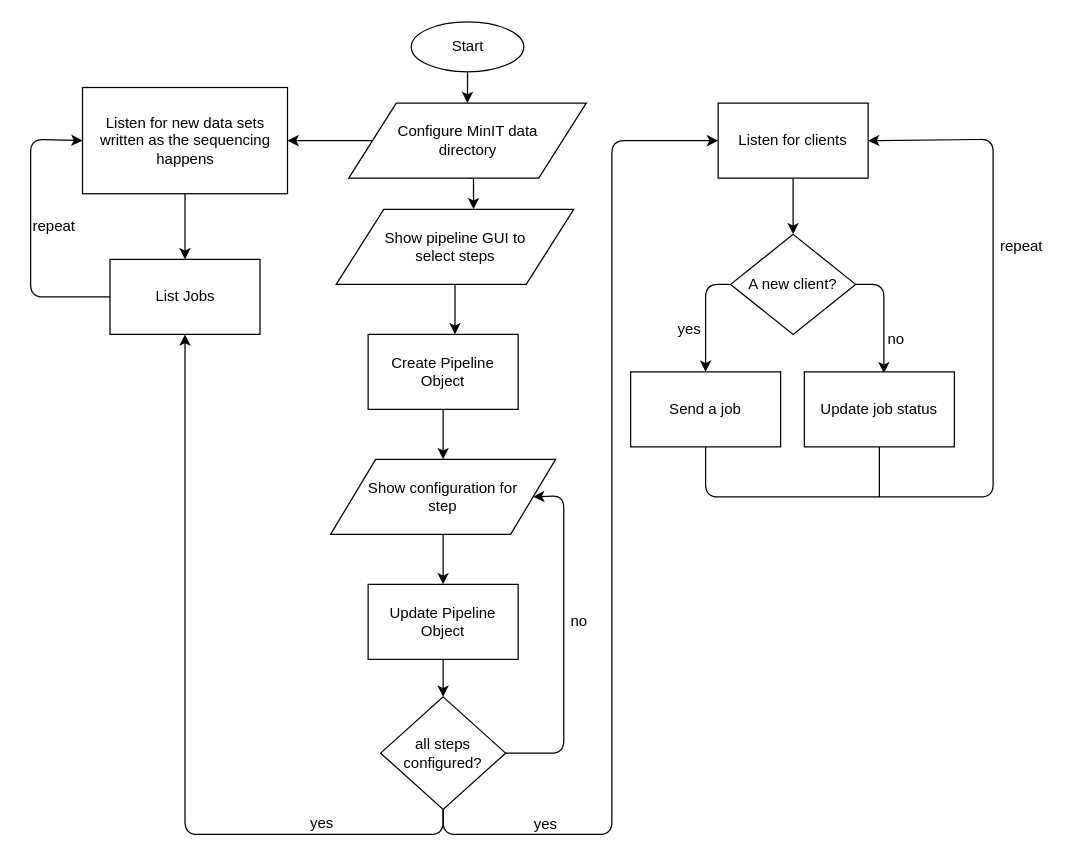
Before: page "simplified_f5n_server_flow_chart" (5 of 6) of server_mobile_connection.drawio in SanojPunchihewa/f5n, a draw.io diagram. Source tidied: cells renumbered, new cells numbered last; positions are measured from the earlier drawing's top-left corner, leaving out a move shared by most shapes. Both pictures are drawn from the tidied source at 125%, with x=0, y=0 at pixel (30, 21).
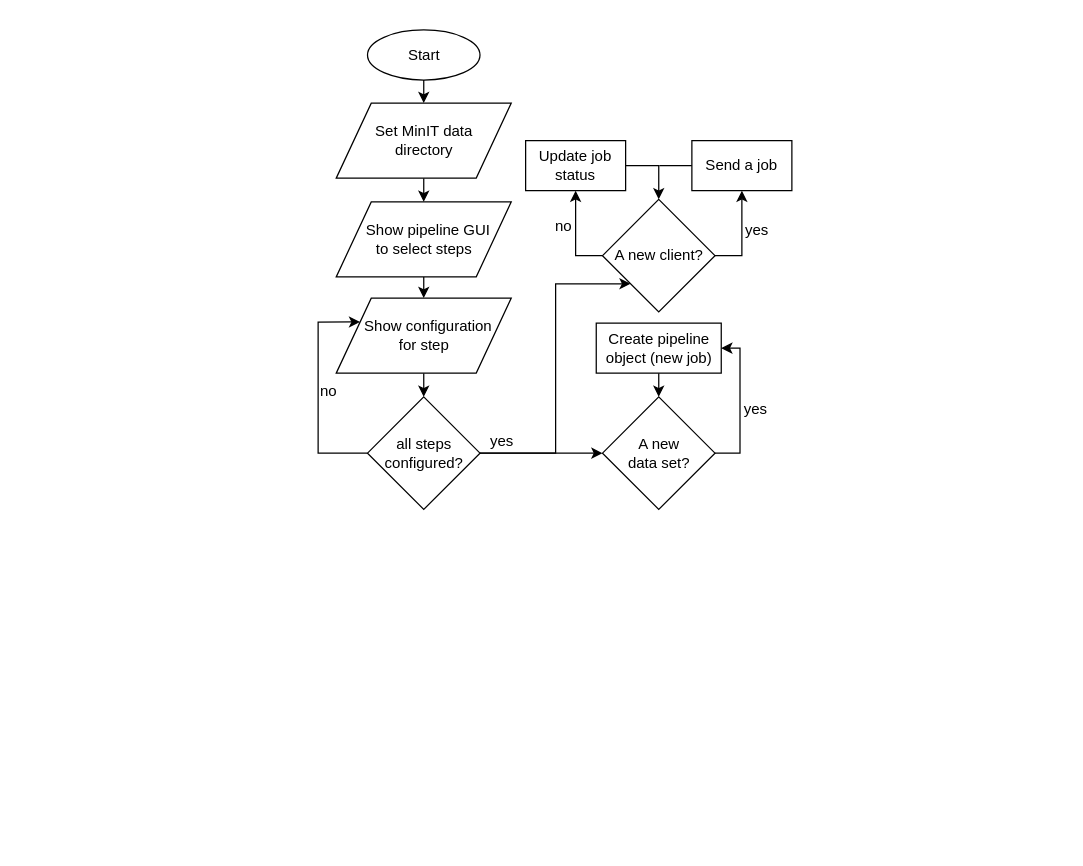
Above is the later version.

Commit message:
f5n-server_flow chart updated

Change to the diagram source:
```diff
@@
-    <mxCell id="2" style="edgeStyle=orthogonalEdgeStyle;rounded=0;jettySize=auto;html=1;exitX=0.5;exitY=1;exitDx=0;exitDy=0;" parent="1" edge="1" source="3" target="21">
+    <mxCell id="2" style="edgeStyle=orthogonalEdgeStyle;rounded=0;jettySize=auto;html=1;exitX=0.5;exitY=1;exitDx=0;exitDy=0;entryX=0.5;entryY=0;entryDx=0;entryDy=0;" parent="1" edge="1" source="3" target="21">
       <mxGeometry relative="1" as="geometry" />
     </mxCell>
     <mxCell id="3" value="Start" style="ellipse;whiteSpace=wrap;html=1;" parent="1" vertex="1">
-      <mxGeometry x="304.5" width="90" height="40" as="geometry" />
+      <mxGeometry x="269.5" y="6.5" width="90" height="40" as="geometry" />
     </mxCell>
-    <mxCell id="4" style="edgeStyle=orthogonalEdgeStyle;rounded=0;jettySize=auto;html=1;exitX=0.5;exitY=1;exitDx=0;exitDy=0;entryX=0.579;entryY=0;entryDx=0;entryDy=0;entryPerimeter=0;" parent="1" edge="1" source="5" target="6">
-      <mxGeometry relative="1" as="geometry" />
-    </mxCell>
+    <mxCell id="39" style="edgeStyle=orthogonalEdgeStyle;rounded=0;jettySize=auto;html=1;exitX=0.5;exitY=1;exitDx=0;exitDy=0;entryX=0.5;entryY=0;entryDx=0;entryDy=0;" parent="1" edge="1" source="5" target="7">
+      <mxGeometry relative="1" as="geometry" />
+    </mxCell>
-    <mxCell id="5" value="Show pipeline GUI to&lt;br&gt;select steps" style="shape=parallelogram;perimeter=parallelogramPerimeter;whiteSpace=wrap;html=1;" parent="1" vertex="1">
-      <mxGeometry x="244.5" y="150" width="190" height="60" as="geometry" />
+    <mxCell id="5" value="&amp;nbsp; Show pipeline GUI&lt;div&gt;to select steps&lt;/div&gt;" style="shape=parallelogram;perimeter=parallelogramPerimeter;whiteSpace=wrap;html=1;" parent="1" vertex="1">
+      <mxGeometry x="244.5" y="144" width="140" height="60" as="geometry" />
     </mxCell>
-    <mxCell id="6" value="Create Pipeline Object" style="rounded=0;whiteSpace=wrap;html=1;" parent="1" vertex="1">
-      <mxGeometry x="270" y="250" width="120" height="60" as="geometry" />
-    </mxCell>
+    <mxCell id="40" style="edgeStyle=orthogonalEdgeStyle;rounded=0;jettySize=auto;html=1;exitX=0.5;exitY=1;exitDx=0;exitDy=0;entryX=0.5;entryY=0;entryDx=0;entryDy=0;" parent="1" edge="1" source="7" target="14">
+      <mxGeometry relative="1" as="geometry" />
+    </mxCell>
-    <mxCell id="7" value="Show configuration for&lt;br&gt;step" style="shape=parallelogram;perimeter=parallelogramPerimeter;whiteSpace=wrap;html=1;" parent="1" vertex="1">
-      <mxGeometry x="240" y="350" width="180" height="60" as="geometry" />
+    <mxCell id="7" value="&amp;nbsp; Show configuration&lt;div&gt;for step&lt;/div&gt;" style="shape=parallelogram;perimeter=parallelogramPerimeter;whiteSpace=wrap;html=1;" parent="1" vertex="1">
+      <mxGeometry x="244.5" y="221" width="140" height="60" as="geometry" />
     </mxCell>
-    <mxCell id="8" value="Update Pipeline Object" style="rounded=0;whiteSpace=wrap;html=1;" parent="1" vertex="1">
-      <mxGeometry x="270" y="450" width="120" height="60" as="geometry" />
-    </mxCell>
-    <mxCell id="9" style="endArrow=classic;html=1;exitX=0.5;exitY=1;exitDx=0;exitDy=0;entryX=0.5;entryY=0;entryDx=0;entryDy=0;" parent="1" edge="1" source="6" target="7">
-      <mxGeometry relative="1" as="geometry" />
-    </mxCell>
-    <mxCell id="10" style="endArrow=classic;html=1;exitX=0.5;exitY=1;exitDx=0;exitDy=0;entryX=0.5;entryY=0;entryDx=0;entryDy=0;" parent="1" edge="1" source="7" target="8">
-      <mxGeometry relative="1" as="geometry" />
-    </mxCell>
-    <mxCell id="11" style="edgeStyle=orthogonalEdgeStyle;rounded=1;jettySize=auto;html=1;exitX=1;exitY=0.5;exitDx=0;exitDy=0;entryX=1;entryY=0.5;entryDx=0;entryDy=0;" parent="1" edge="1" source="14" target="7">
+    <mxCell id="11" style="edgeStyle=orthogonalEdgeStyle;rounded=0;jettySize=auto;html=1;exitX=0;exitY=0.5;exitDx=0;exitDy=0;entryX=0;entryY=0.25;entryDx=0;entryDy=0;" parent="1" edge="1" source="14" target="7">
       <mxGeometry relative="1" as="geometry">
         <Array as="points">
-          <mxPoint x="426.5" y="585" />
-          <mxPoint x="426.5" y="379" />
+          <mxPoint x="230" y="345" />
+          <mxPoint x="230" y="240" />
         </Array>
       </mxGeometry>
     </mxCell>
-    <mxCell id="12" style="edgeStyle=orthogonalEdgeStyle;jettySize=auto;html=1;exitX=0.5;exitY=1;exitDx=0;exitDy=0;rounded=1;" parent="1" edge="1" source="14" target="18">
-      <mxGeometry relative="1" as="geometry" />
-    </mxCell>
-    <mxCell id="13" style="edgeStyle=orthogonalEdgeStyle;rounded=1;jettySize=auto;html=1;exitX=0.5;exitY=1;exitDx=0;exitDy=0;entryX=0;entryY=0.5;entryDx=0;entryDy=0;" parent="1" edge="1" source="14" target="25">
-      <mxGeometry relative="1" as="geometry" />
-    </mxCell>
+    <mxCell id="41" style="edgeStyle=orthogonalEdgeStyle;rounded=0;jettySize=auto;html=1;exitX=1;exitY=0.5;exitDx=0;exitDy=0;entryX=0;entryY=0.5;entryDx=0;entryDy=0;" parent="1" edge="1" source="14" target="50">
+      <mxGeometry relative="1" as="geometry" />
+    </mxCell>
+    <mxCell id="42" style="edgeStyle=orthogonalEdgeStyle;rounded=0;jettySize=auto;html=1;exitX=1;exitY=0.5;exitDx=0;exitDy=0;entryX=0;entryY=1;entryDx=0;entryDy=0;" parent="1" edge="1" source="14" target="28">
+      <mxGeometry relative="1" as="geometry">
+        <Array as="points">
+          <mxPoint x="420" y="345" />
+          <mxPoint x="420" y="210" />
+        </Array>
+      </mxGeometry>
+    </mxCell>
     <mxCell id="14" value="all steps configured?" style="rhombus;whiteSpace=wrap;html=1;" parent="1" vertex="1">
-      <mxGeometry x="280" y="540" width="100" height="90" as="geometry" />
+      <mxGeometry x="269.5" y="300" width="90" height="90" as="geometry" />
     </mxCell>
-    <mxCell id="15" style="endArrow=classic;html=1;exitX=0.5;exitY=1;exitDx=0;exitDy=0;entryX=0.5;entryY=0;entryDx=0;entryDy=0;" parent="1" edge="1" source="8" target="14">
-      <mxGeometry relative="1" as="geometry" />
-    </mxCell>
-    <mxCell id="16" value="no" style="text;html=1;strokeColor=none;fillColor=none;align=center;verticalAlign=middle;whiteSpace=wrap;rounded=0;" parent="1" vertex="1">
-      <mxGeometry x="419" y="470" width="40" height="20" as="geometry" />
-    </mxCell>
-    <mxCell id="17" style="edgeStyle=orthogonalEdgeStyle;rounded=1;jettySize=auto;html=1;exitX=0;exitY=0.5;exitDx=0;exitDy=0;entryX=0;entryY=0.5;entryDx=0;entryDy=0;" parent="1" edge="1" source="18" target="23">
-      <mxGeometry relative="1" as="geometry">
-        <Array as="points">
-          <mxPoint y="220" />
-          <mxPoint y="94" />
-        </Array>
-      </mxGeometry>
-    </mxCell>
-    <mxCell id="18" value="List Jobs" style="rounded=0;whiteSpace=wrap;html=1;" parent="1" vertex="1">
-      <mxGeometry x="63.5" y="190" width="120" height="60" as="geometry" />
-    </mxCell>
-    <mxCell id="19" style="edgeStyle=orthogonalEdgeStyle;rounded=0;jettySize=auto;html=1;exitX=0.5;exitY=1;exitDx=0;exitDy=0;entryX=0.578;entryY=-0.002;entryDx=0;entryDy=0;entryPerimeter=0;" parent="1" edge="1" source="21" target="5">
+    <mxCell id="19" style="edgeStyle=orthogonalEdgeStyle;rounded=0;jettySize=auto;html=1;exitX=0.5;exitY=1;exitDx=0;exitDy=0;entryX=0.5;entryY=0;entryDx=0;entryDy=0;" parent="1" edge="1" source="21" target="5">
       <mxGeometry relative="1" as="geometry" />
     </mxCell>
-    <mxCell id="20" style="edgeStyle=orthogonalEdgeStyle;rounded=0;jettySize=auto;html=1;exitX=0;exitY=0.5;exitDx=0;exitDy=0;entryX=1;entryY=0.5;entryDx=0;entryDy=0;" parent="1" edge="1" source="21" target="23">
-      <mxGeometry relative="1" as="geometry" />
-    </mxCell>
-    <mxCell id="21" value="&lt;div&gt;Configure MinIT data &lt;br&gt;&lt;/div&gt;&lt;div&gt;directory&lt;/div&gt;" style="shape=parallelogram;perimeter=parallelogramPerimeter;whiteSpace=wrap;html=1;" parent="1" vertex="1">
-      <mxGeometry x="254.5" y="65" width="190" height="60" as="geometry" />
+    <mxCell id="21" value="&lt;div&gt;Set MinIT data &lt;br&gt;&lt;/div&gt;&lt;div&gt;directory&lt;/div&gt;" style="shape=parallelogram;perimeter=parallelogramPerimeter;whiteSpace=wrap;html=1;" parent="1" vertex="1">
+      <mxGeometry x="244.5" y="65" width="140" height="60" as="geometry" />
     </mxCell>
-    <mxCell id="22" style="edgeStyle=orthogonalEdgeStyle;rounded=0;jettySize=auto;html=1;exitX=0.5;exitY=1;exitDx=0;exitDy=0;entryX=0.5;entryY=0;entryDx=0;entryDy=0;" parent="1" edge="1" source="23" target="18">
-      <mxGeometry relative="1" as="geometry" />
-    </mxCell>
+    <mxCell id="43" style="edgeStyle=orthogonalEdgeStyle;rounded=0;jettySize=auto;html=1;exitX=0.5;exitY=1;exitDx=0;exitDy=0;entryX=0.5;entryY=0;entryDx=0;entryDy=0;" parent="1" edge="1" source="23" target="50">
+      <mxGeometry relative="1" as="geometry" />
+    </mxCell>
-    <mxCell id="23" value="Listen for new data sets written as the sequencing happens" style="rounded=0;whiteSpace=wrap;html=1;" parent="1" vertex="1">
-      <mxGeometry x="41.5" y="52.5" width="164" height="85" as="geometry" />
+    <mxCell id="23" value="Create pipeline object (new job)" style="rounded=0;whiteSpace=wrap;html=1;" parent="1" vertex="1">
+      <mxGeometry x="452.5" y="241" width="100" height="40" as="geometry" />
     </mxCell>
-    <mxCell id="24" style="edgeStyle=orthogonalEdgeStyle;rounded=1;jettySize=auto;html=1;exitX=0.5;exitY=1;exitDx=0;exitDy=0;entryX=0.5;entryY=0;entryDx=0;entryDy=0;" parent="1" edge="1" source="25" target="28">
-      <mxGeometry relative="1" as="geometry" />
-    </mxCell>
-    <mxCell id="25" value="Listen for clients" style="rounded=0;whiteSpace=wrap;html=1;" parent="1" vertex="1">
-      <mxGeometry x="550" y="65" width="120" height="60" as="geometry" />
-    </mxCell>
-    <mxCell id="26" style="edgeStyle=orthogonalEdgeStyle;rounded=1;jettySize=auto;html=1;exitX=0;exitY=0.5;exitDx=0;exitDy=0;entryX=0.5;entryY=0;entryDx=0;entryDy=0;" parent="1" edge="1" source="28" target="30">
+    <mxCell id="26" style="edgeStyle=orthogonalEdgeStyle;rounded=0;jettySize=auto;html=1;exitX=1;exitY=0.5;exitDx=0;exitDy=0;entryX=0.5;entryY=1;entryDx=0;entryDy=0;" parent="1" edge="1" source="28" target="30">
       <mxGeometry relative="1" as="geometry" />
     </mxCell>
-    <mxCell id="27" style="edgeStyle=orthogonalEdgeStyle;rounded=1;jettySize=auto;html=1;exitX=1;exitY=0.5;exitDx=0;exitDy=0;entryX=0.53;entryY=0.019;entryDx=0;entryDy=0;entryPerimeter=0;" parent="1" edge="1" source="28" target="31">
+    <mxCell id="27" style="edgeStyle=orthogonalEdgeStyle;rounded=0;jettySize=auto;html=1;exitX=0;exitY=0.5;exitDx=0;exitDy=0;entryX=0.5;entryY=1;entryDx=0;entryDy=0;" parent="1" edge="1" source="28" target="31">
       <mxGeometry relative="1" as="geometry" />
     </mxCell>
     <mxCell id="28" value="A new client?" style="rhombus;whiteSpace=wrap;html=1;" parent="1" vertex="1">
-      <mxGeometry x="560" y="170" width="100" height="80" as="geometry" />
+      <mxGeometry x="457.5" y="142" width="90" height="90" as="geometry" />
     </mxCell>
-    <mxCell id="29" style="edgeStyle=orthogonalEdgeStyle;rounded=1;jettySize=auto;html=1;exitX=0.5;exitY=1;exitDx=0;exitDy=0;entryX=1;entryY=0.5;entryDx=0;entryDy=0;" parent="1" edge="1" source="30" target="25">
-      <mxGeometry relative="1" as="geometry">
-        <Array as="points">
-          <mxPoint x="540" y="380" />
-          <mxPoint x="770" y="380" />
-          <mxPoint x="770" y="94" />
-        </Array>
-      </mxGeometry>
-    </mxCell>
     <mxCell id="30" value="Send a job" style="rounded=0;whiteSpace=wrap;html=1;" parent="1" vertex="1">
-      <mxGeometry x="480" y="280" width="120" height="60" as="geometry" />
+      <mxGeometry x="529" y="95" width="80" height="40" as="geometry" />
     </mxCell>
+    <mxCell id="44" style="edgeStyle=orthogonalEdgeStyle;rounded=0;jettySize=auto;html=1;exitX=1;exitY=0.5;exitDx=0;exitDy=0;entryX=0.5;entryY=0;entryDx=0;entryDy=0;" parent="1" edge="1" source="31" target="28">
+      <mxGeometry relative="1" as="geometry" />
+    </mxCell>
     <mxCell id="31" value="Update job status" style="rounded=0;whiteSpace=wrap;html=1;" parent="1" vertex="1">
-      <mxGeometry x="619" y="280" width="120" height="60" as="geometry" />
+      <mxGeometry x="396" y="95" width="80" height="40" as="geometry" />
     </mxCell>
-    <mxCell id="32" value="yes" style="text;html=1;align=left;verticalAlign=top;spacingTop=-4;" parent="1" vertex="1">
-      <mxGeometry x="516" y="236" width="30" height="20" as="geometry" />
-    </mxCell>
-    <mxCell id="33" value="no" style="text;html=1;align=left;verticalAlign=top;spacingTop=-4;" parent="1" vertex="1">
-      <mxGeometry x="684" y="244" width="30" height="20" as="geometry" />
-    </mxCell>
-    <mxCell id="34" style="endArrow=none;html=1;entryX=0.5;entryY=1;entryDx=0;entryDy=0;" parent="1" edge="1" target="31">
-      <mxGeometry relative="1" as="geometry">
-        <mxPoint x="679" y="380" as="sourcePoint" />
-      </mxGeometry>
-    </mxCell>
-    <mxCell id="35" value="yes" style="text;html=1;align=left;verticalAlign=top;spacingTop=-4;" parent="1" vertex="1">
-      <mxGeometry x="222" y="631" width="30" height="20" as="geometry" />
-    </mxCell>
-    <mxCell id="36" value="yes" style="text;html=1;align=left;verticalAlign=top;spacingTop=-4;" parent="1" vertex="1">
-      <mxGeometry x="401" y="632" width="30" height="20" as="geometry" />
-    </mxCell>
-    <mxCell id="37" value="repeat" style="text;html=1;align=left;verticalAlign=top;spacingTop=-4;" parent="1" vertex="1">
-      <mxGeometry y="154" width="50" height="20" as="geometry" />
-    </mxCell>
-    <mxCell id="38" value="repeat" style="text;html=1;align=left;verticalAlign=top;spacingTop=-4;" parent="1" vertex="1">
-      <mxGeometry x="774" y="170" width="50" height="20" as="geometry" />
-    </mxCell>
+    <mxCell id="45" value="no" style="text;html=1;align=left;verticalAlign=top;spacingTop=-4;" parent="1" vertex="1">
+      <mxGeometry x="230" y="286" width="30" height="20" as="geometry" />
+    </mxCell>
+    <mxCell id="46" value="yes" style="text;html=1;align=left;verticalAlign=top;spacingTop=-4;" parent="1" vertex="1">
+      <mxGeometry x="366" y="326" width="30" height="20" as="geometry" />
+    </mxCell>
+    <mxCell id="47" value="no" style="text;html=1;align=left;verticalAlign=top;spacingTop=-4;" parent="1" vertex="1">
+      <mxGeometry x="418" y="154" width="30" height="20" as="geometry" />
+    </mxCell>
+    <mxCell id="48" value="yes" style="text;html=1;align=left;verticalAlign=top;spacingTop=-4;" parent="1" vertex="1">
+      <mxGeometry x="569" y="300" width="30" height="20" as="geometry" />
+    </mxCell>
+    <mxCell id="49" style="edgeStyle=orthogonalEdgeStyle;rounded=0;jettySize=auto;html=1;exitX=1;exitY=0.5;exitDx=0;exitDy=0;entryX=1;entryY=0.5;entryDx=0;entryDy=0;" parent="1" edge="1" source="50" target="23">
+      <mxGeometry relative="1" as="geometry" />
+    </mxCell>
+    <mxCell id="50" value="&lt;div&gt;A new &lt;br&gt;&lt;/div&gt;&lt;div&gt;data set?&lt;/div&gt;" style="rhombus;whiteSpace=wrap;html=1;" parent="1" vertex="1">
+      <mxGeometry x="457.5" y="300" width="90" height="90" as="geometry" />
+    </mxCell>
+    <mxCell id="51" value="yes" style="text;html=1;align=left;verticalAlign=top;spacingTop=-4;" parent="1" vertex="1">
+      <mxGeometry x="570" y="157" width="30" height="20" as="geometry" />
+    </mxCell>
+    <mxCell id="52" style="endArrow=none;html=1;entryX=0;entryY=0.5;entryDx=0;entryDy=0;" parent="1" edge="1" target="30">
+      <mxGeometry relative="1" as="geometry">
+        <mxPoint x="503" y="115" as="sourcePoint" />
+      </mxGeometry>
+    </mxCell>
```
